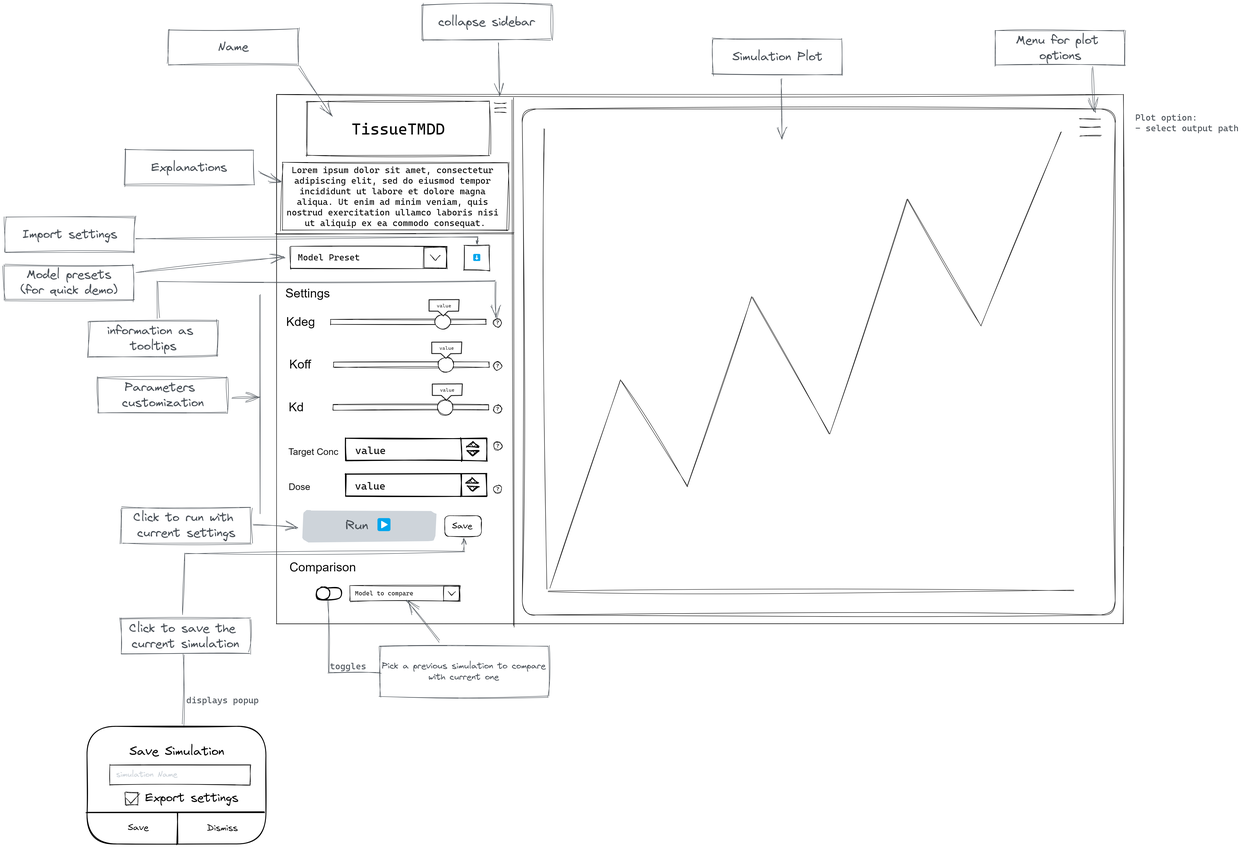
Before: vignettes/assets/gui-prototype.png, a diagram exported from Excalidraw (esqLABS/TissueTMDD). Source tidied: one line per element, renumbered; positions are measured from the earlier drawing's top-left corner, leaving out a move shared by most shapes.
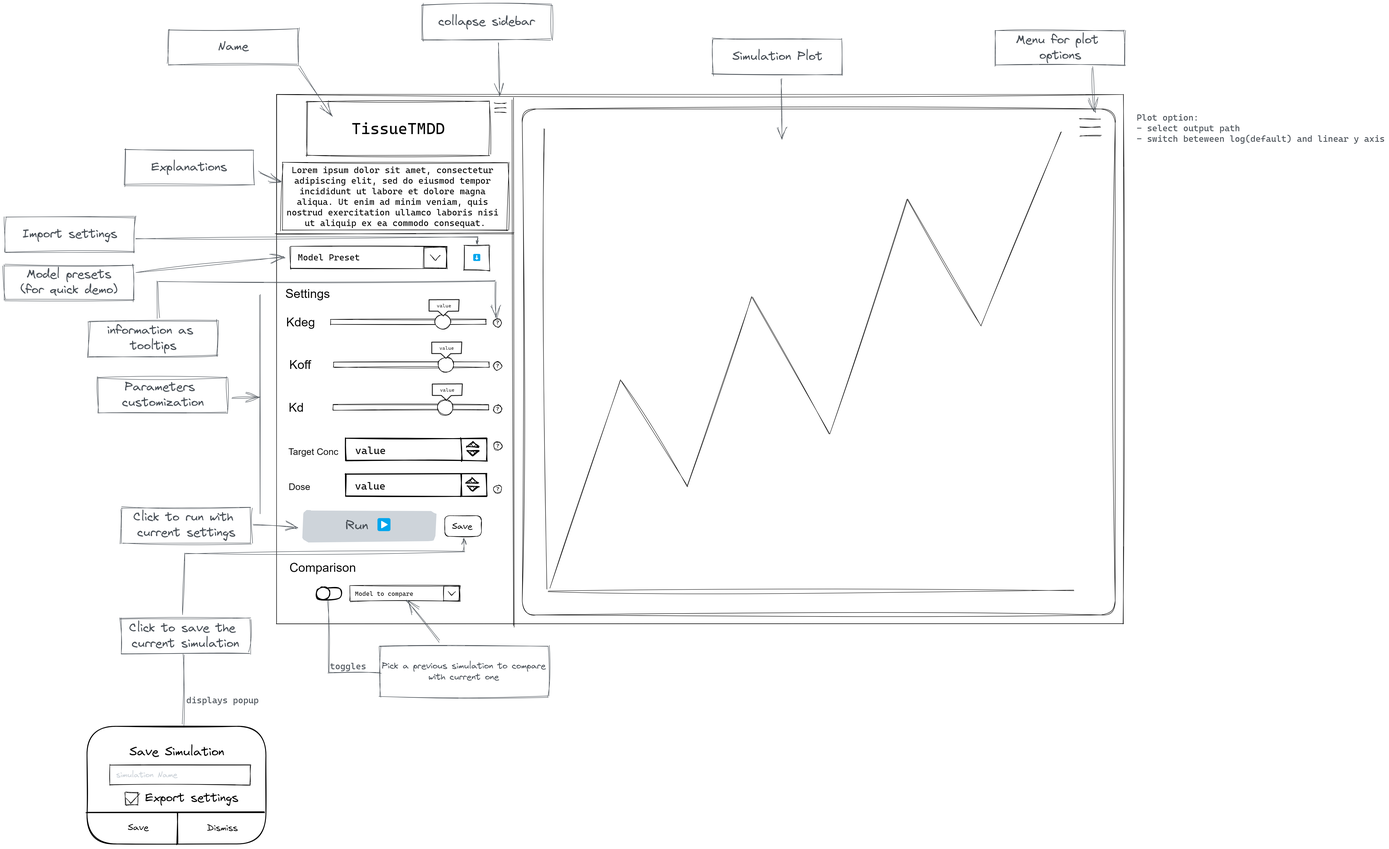
Later version of the same file.

Change to the diagram source:
```diff
@@ -122,4 +122,4 @@
 {"id": 121, "type": "rectangle", "strokeColor": "#000000", "strokeWidth": 1, "roughness": 1, "x": 274, "y": 1786, "width": 28, "height": 28}
 {"id": 122, "type": "text", "text": "Export settings", "strokeColor": "#000000", "strokeWidth": 1, "roughness": 1, "fontSize": 27.34, "fontFamily": 1, "x": 319, "y": 1783, "width": 211, "height": 36}
 {"id": 123, "type": "line", "strokeColor": "#000000", "strokeWidth": 1, "roughness": 1, "x": 276, "y": 1800, "width": 30, "height": 20, "points": [[0, 0], [11, 11], [30, -9]]}
-{"id": 124, "type": "text", "text": "Plot option:\n- select output path", "strokeColor": "#495057", "backgroundColor": "white", "fillStyle": "solid", "strokeWidth": 1, "roughness": 2, "fontSize": 20, "fontFamily": 3, "x": 2564, "y": 244, "width": 234, "height": 48}
+{"id": 124, "type": "text", "text": "Plot option:\n- select output path\n- switch beteween log(default) and linear y axis", "strokeColor": "#495057", "backgroundColor": "white", "fillStyle": "solid", "strokeWidth": 1, "roughness": 2, "fontSize": 20, "fontFamily": 3, "x": 2567, "y": 244, "width": 562, "height": 72}
```
